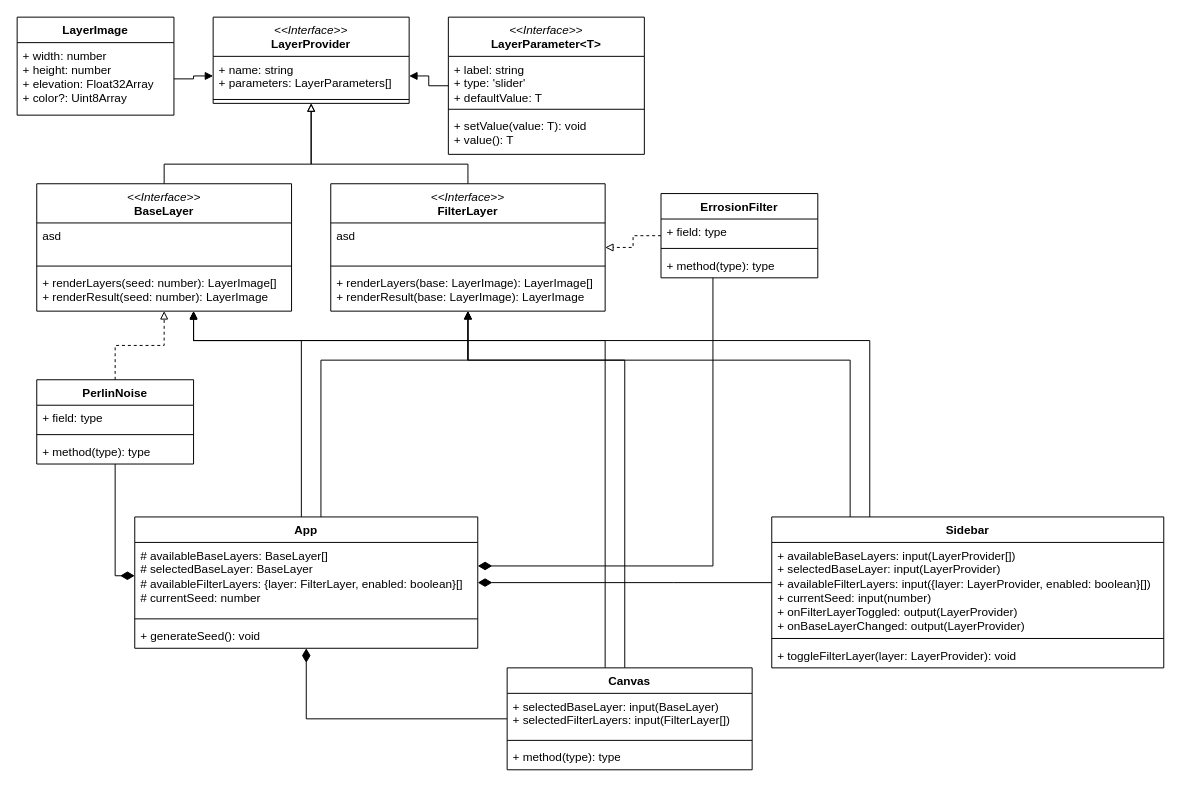
This is WIPRO.drawio from AlexRomberg/Terrain-Generation, a draw.io file, before an edit. Source tidied: cells renumbered, new cells numbered last; positions are measured from the earlier drawing's top-left corner, leaving out a move shared by most shapes. Both pictures are drawn from the tidied source at 98%, with x=0, y=0 at pixel (17, 17).
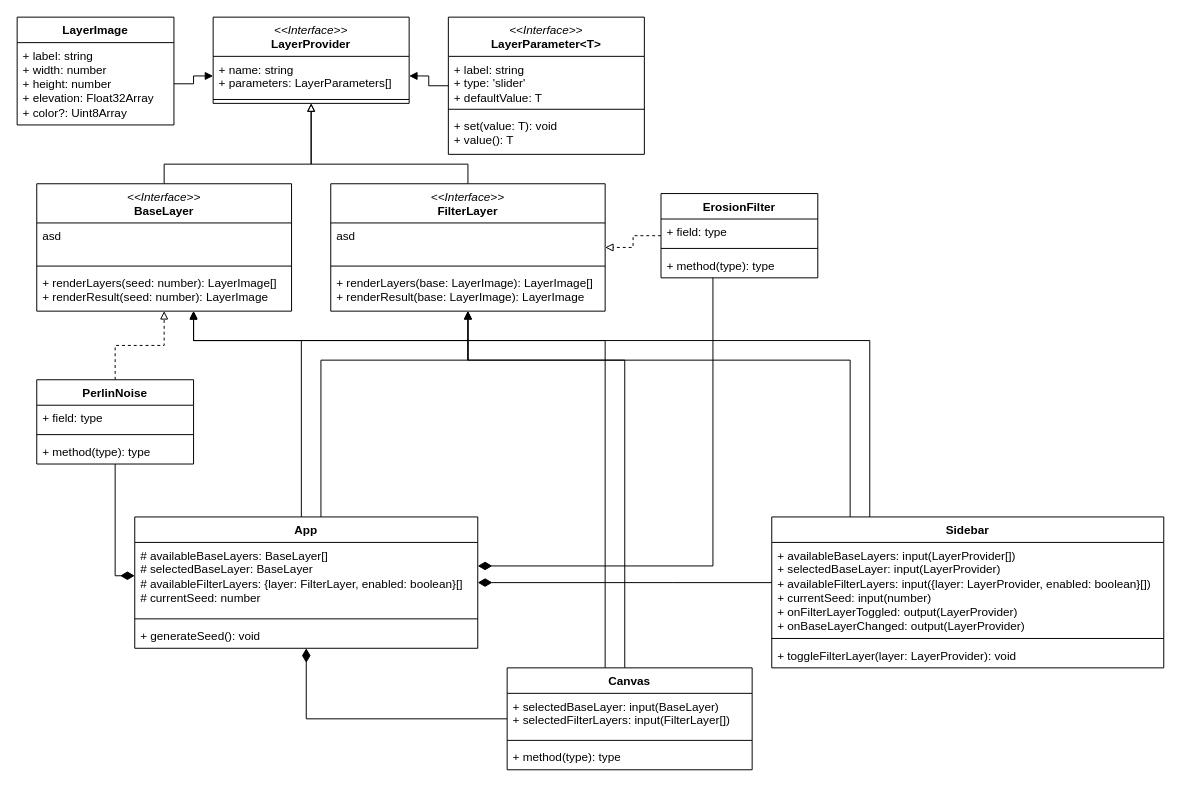
The same page after the edit.

Commit message (it also covers changes not shown here):
filled up scaffolding according to class diagram

The change refers to these unchanged cells:
```xml
<mxCell id="6" value="&lt;span style=&quot;font-weight: normal;&quot;&gt;&lt;i&gt;&amp;lt;&amp;lt;Interface&amp;gt;&amp;gt;&lt;/i&gt;&lt;/span&gt;&lt;br&gt;&lt;b&gt;Layer&lt;/b&gt;&lt;b&gt;Parameter&amp;lt;T&amp;gt;&lt;/b&gt;" style="swimlane;fontStyle=1;align=center;verticalAlign=top;horizontal=1;startSize=40;whiteSpace=wrap;html=1;" parent="1" vertex="1">
  <mxGeometry x="440" width="200" height="140" as="geometry" />
</mxCell>
```

Diff of the diagram source:
```diff
@@
-    <mxCell id="9" value="&lt;div&gt;+&amp;nbsp;setValue(value: T): void&lt;/div&gt;+ value(): T" style="text;strokeColor=none;fillColor=none;align=left;verticalAlign=top;spacingLeft=4;spacingRight=4;overflow=hidden;whiteSpace=wrap;html=1;" parent="6" vertex="1">
+    <mxCell id="9" value="&lt;div&gt;+&amp;nbsp;set(value: T): void&lt;/div&gt;+ value(): T" style="text;strokeColor=none;fillColor=none;align=left;verticalAlign=top;spacingLeft=4;spacingRight=4;overflow=hidden;whiteSpace=wrap;html=1;" parent="6" vertex="1">
       <mxGeometry y="98" width="200" height="42" as="geometry" />
     </mxCell>
@@
     <mxCell id="11" value="LayerImage" style="swimlane;fontStyle=1;align=center;verticalAlign=top;horizontal=1;startSize=26;whiteSpace=wrap;html=1;" parent="1" vertex="1">
-      <mxGeometry width="160" height="100" as="geometry" />
+      <mxGeometry width="160" height="110" as="geometry" />
     </mxCell>
-    <mxCell id="12" value="&lt;div&gt;+ width: number&lt;/div&gt;&lt;div&gt;+ height: number&lt;/div&gt;&lt;div&gt;+ elevation: Float32Array&lt;/div&gt;&lt;div&gt;+ color?: Uint8Array&lt;/div&gt;" style="text;strokeColor=none;fillColor=none;align=left;verticalAlign=top;spacingLeft=4;spacingRight=4;overflow=hidden;points=[[0,0.5],[1,0.5]];portConstraint=eastwest;whiteSpace=wrap;html=1;" parent="11" vertex="1">
-      <mxGeometry y="26" width="160" height="74" as="geometry" />
+    <mxCell id="12" value="&lt;div&gt;+ label: string&lt;/div&gt;&lt;div&gt;+ width: number&lt;/div&gt;&lt;div&gt;+ height: number&lt;/div&gt;&lt;div&gt;+ elevation: Float32Array&lt;/div&gt;&lt;div&gt;+ color?: Uint8Array&lt;/div&gt;" style="text;strokeColor=none;fillColor=none;align=left;verticalAlign=top;spacingLeft=4;spacingRight=4;overflow=hidden;points=[[0,0.5],[1,0.5]];portConstraint=eastwest;whiteSpace=wrap;html=1;" parent="11" vertex="1">
+      <mxGeometry y="26" width="160" height="84" as="geometry" />
     </mxCell>
@@
-    <mxCell id="51" value="ErrosionFilter" style="swimlane;fontStyle=1;align=center;verticalAlign=top;horizontal=1;startSize=26;whiteSpace=wrap;html=1;" parent="1" vertex="1">
+    <mxCell id="51" value="ErosionFilter" style="swimlane;fontStyle=1;align=center;verticalAlign=top;horizontal=1;startSize=26;whiteSpace=wrap;html=1;" parent="1" vertex="1">
       <mxGeometry x="657" y="180" width="160" height="86" as="geometry" />
     </mxCell>
```
